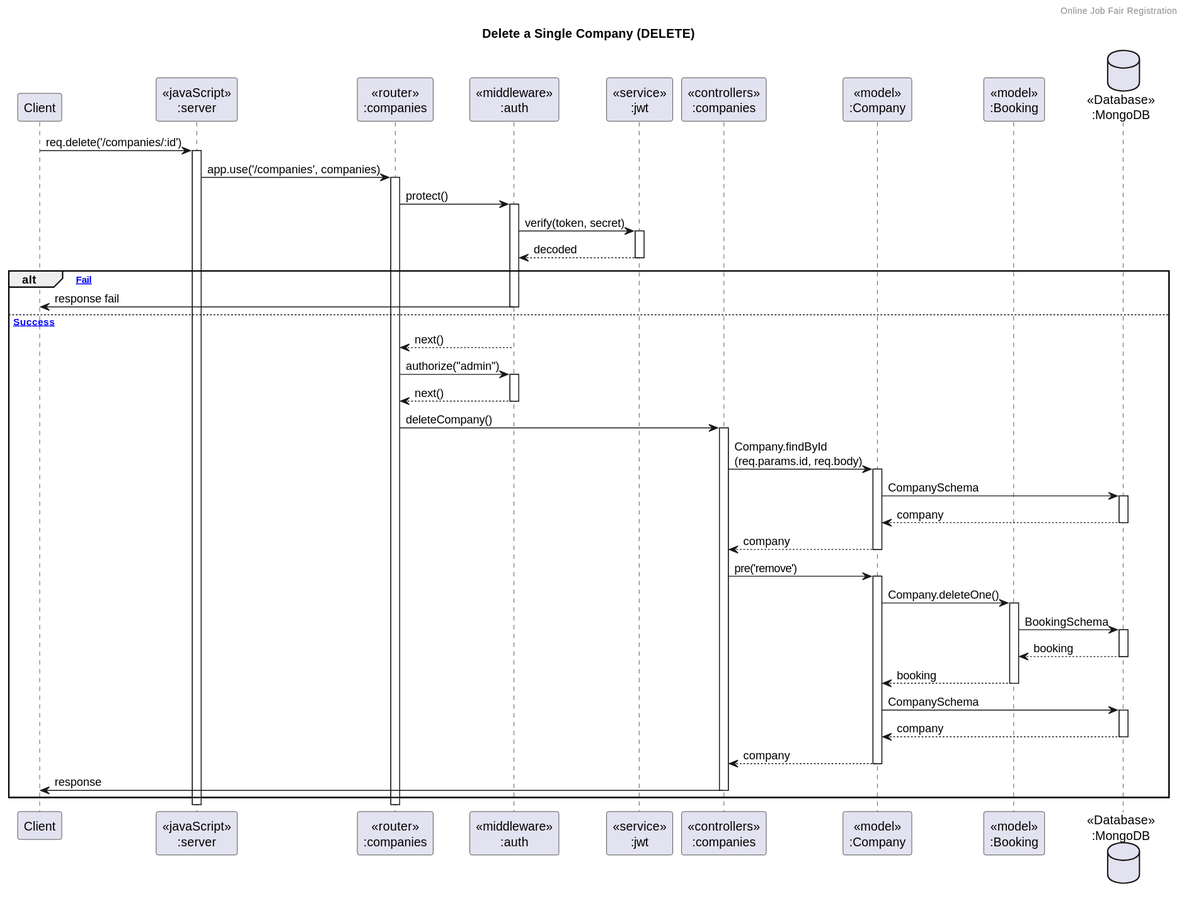
The PlantUML diagram assets/UML/SequenceDiagram/Company/Manage Company (DELETE).svg in Bhuribhat/Online-Job-Fair-Registration, before a commit. The source it was exported from:
```plantuml
@startuml
header Online Job Fair Registration
title "Delete a Single Company (DELETE)"

participant "Client" as client
participant "<<javaScript>>\n:server" as server
participant "<<router>>\n:companies" as routerCompanies
participant "<<middleware>>\n:auth" as auth
participant "<<service>>\n:jwt" as jwt
participant "<<controllers>>\n:companies" as controllersCompanies
participant "<<model>>\n:Company" as modelCompany
participant "<<model>>\n:Booking" as modelBooking
database "<<Database>>\n:MongoDB" as DatabaseSchema

client->server ++:req.delete('/companies/:id')
server->routerCompanies ++:app.use('/companies', companies)
routerCompanies -> auth ++:protect()
auth -> jwt ++:verify(token, secret)
auth <-- jwt --:decoded

alt [Fail]
    client <- auth --:response fail
else [Success]
    routerCompanies <-- auth --:next()
    routerCompanies -> auth ++:authorize("admin")
    routerCompanies <-- auth --:next()

    routerCompanies -> controllersCompanies ++:deleteCompany()

    controllersCompanies->modelCompany ++:Company.findById\n(req.params.id, req.body)
    modelCompany ->DatabaseSchema ++: CompanySchema
    modelCompany <-- DatabaseSchema --: company
    controllersCompanies <-- modelCompany --: company

    controllersCompanies -> modelCompany ++:pre('remove')
    modelCompany -> modelBooking ++:Company.deleteOne()
    modelBooking -> DatabaseSchema ++: BookingSchema
    modelBooking <-- DatabaseSchema --: booking
    modelCompany <-- modelBooking --: booking
    modelCompany -> DatabaseSchema ++: CompanySchema
    modelCompany <-- DatabaseSchema --: company
    controllersCompanies <-- modelCompany --: company

    client <- controllersCompanies --:response
end
@enduml
```
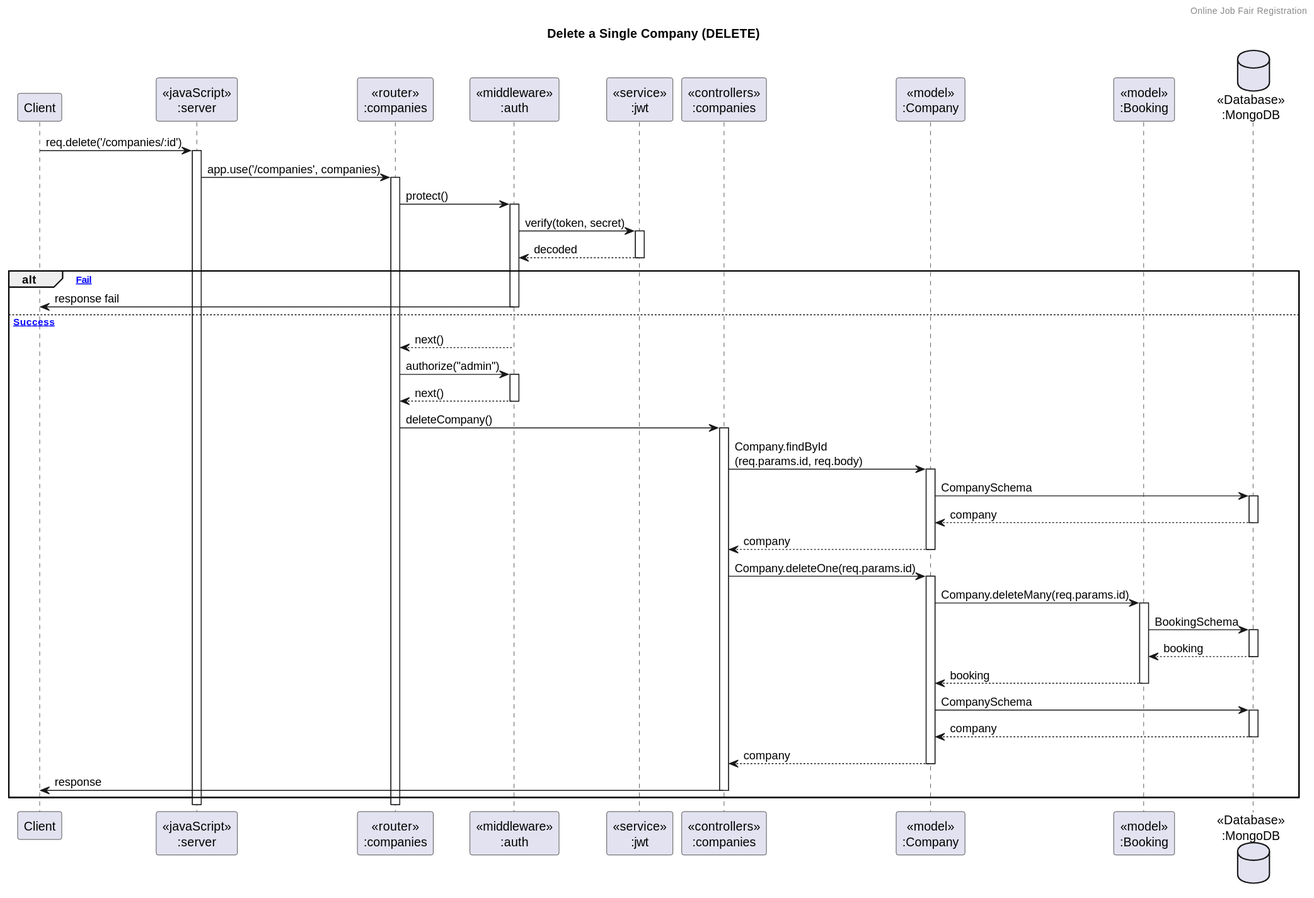
Above is the later version.

Commit message:
update: delete company diagram

Change to the diagram source:
```diff
@@ -32,8 +32,8 @@
     modelCompany <-- DatabaseSchema --: company
     controllersCompanies <-- modelCompany --: company
 
-    controllersCompanies -> modelCompany ++:pre('remove')
-    modelCompany -> modelBooking ++:Company.deleteOne()
+    controllersCompanies -> modelCompany ++:Company.deleteOne(req.params.id)
+    modelCompany -> modelBooking ++:Company.deleteMany(req.params.id)
     modelBooking -> DatabaseSchema ++: BookingSchema
     modelBooking <-- DatabaseSchema --: booking
     modelCompany <-- modelBooking --: booking
```
